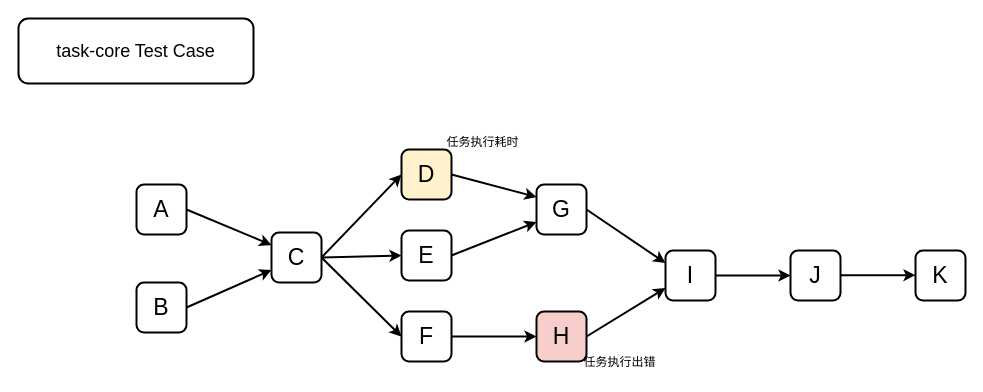
The draw.io diagram page "Task Test DAG" (3 of 4) of data-hamal.drawio in wojiaojsjzs/data-hamal, before the edit. Source tidied: cells renumbered, new cells numbered last; positions are measured from the earlier drawing's top-left corner, leaving out a move shared by most shapes. Both pictures are drawn from the tidied source at 100%, with x=0, y=0 at pixel (18, 18).
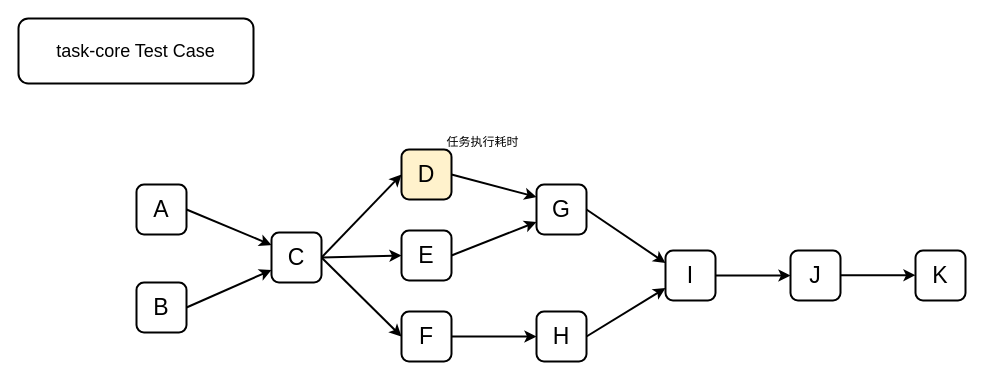
The same page after the edit.

What changed in the source:
```diff
@@
-    <mxCell id="18" value="H" style="whiteSpace=wrap;html=1;strokeColor=#000000;strokeWidth=2;fontSize=23;rounded=1;fillColor=#f8cecc;" parent="1" vertex="1">
+    <mxCell id="18" value="H" style="whiteSpace=wrap;html=1;strokeWidth=2;fontSize=23;rounded=1;" parent="1" vertex="1">
       <mxGeometry x="518" y="293" width="50" height="50" as="geometry" />
     </mxCell>
@@
-    <mxCell id="26" value="任务执行出错" style="text;html=1;align=center;verticalAlign=middle;strokeColor=none;fillColor=none;fontFamily=Hannotate SC;" parent="1" vertex="1">
-      <mxGeometry x="556" y="331" width="90" height="26" as="geometry" />
-    </mxCell>
```
